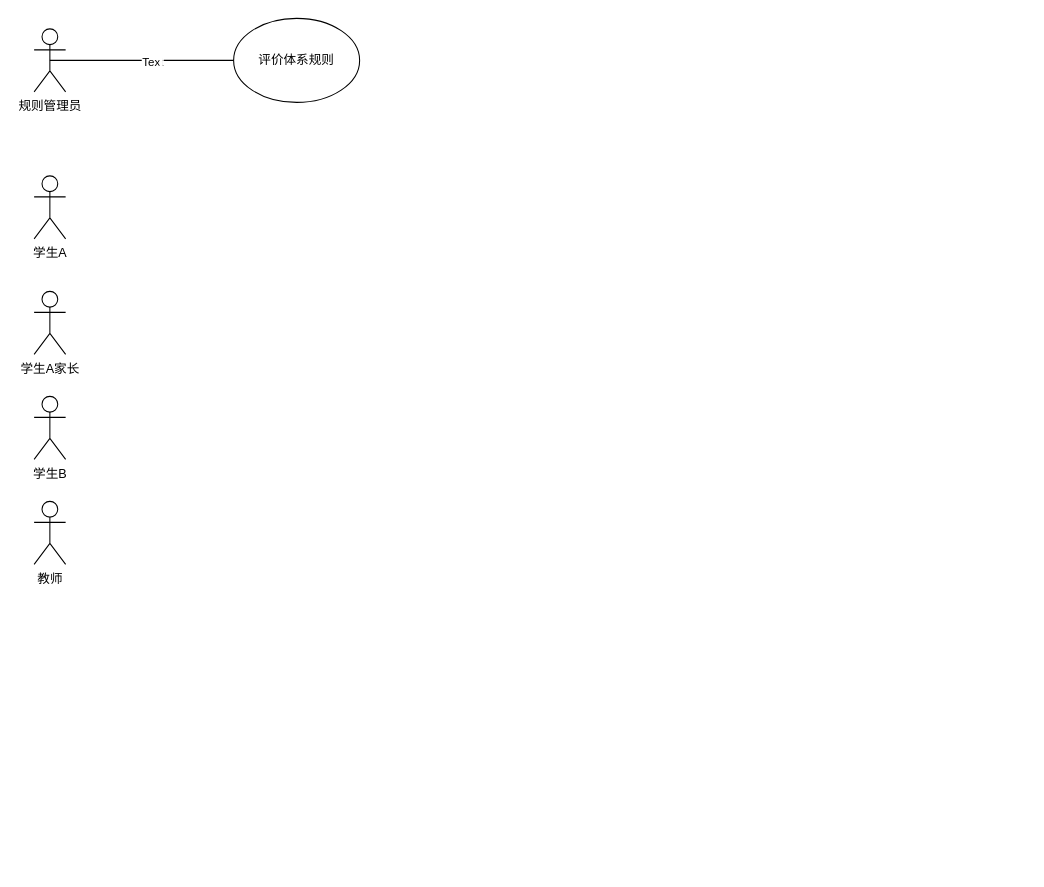
The draw.io diagram 森小成长档案.drawio in yvlo/drawio, before the edit. Source tidied: cells renumbered, new cells numbered last; positions are measured from the earlier drawing's top-left corner, leaving out a move shared by most shapes. Both pictures are drawn from the tidied source at 105%, with x=0, y=0 at pixel (34, 18).
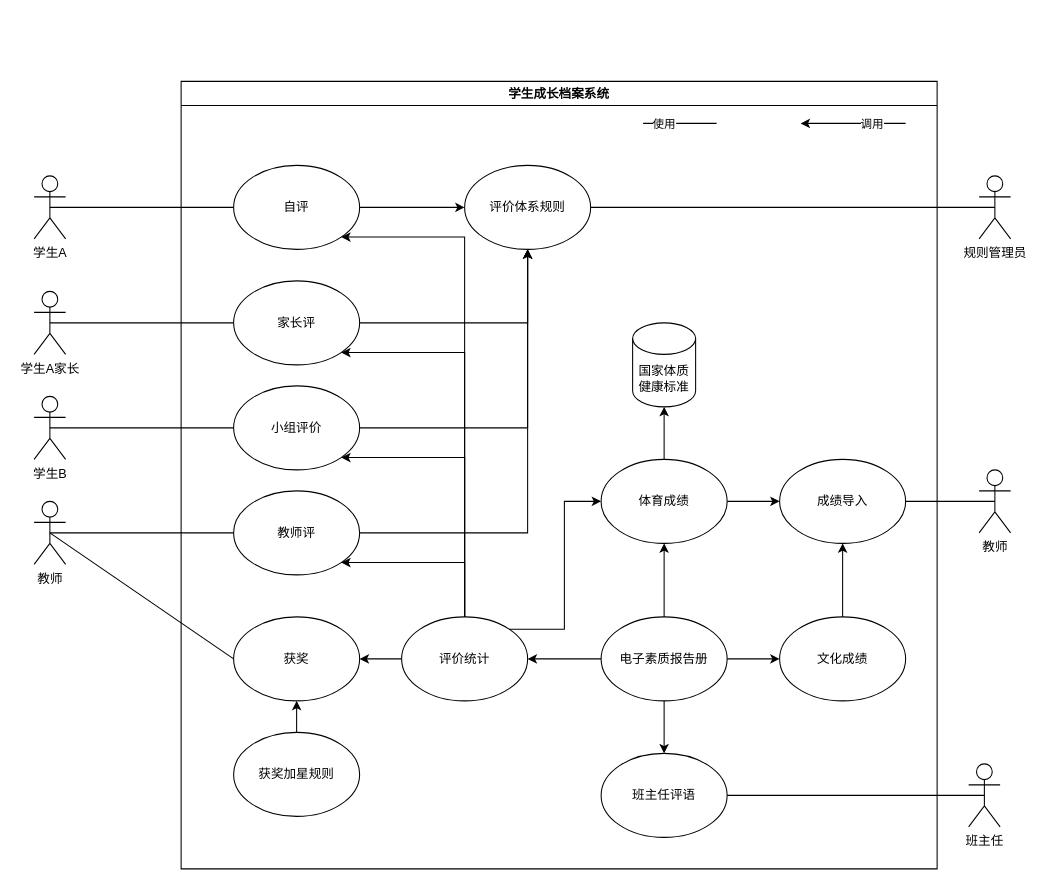
After the change.

Commit message (it also covers changes not shown here):
更新森小成长档案.drawio

Unchanged cells that the change refers to:
```xml
<mxCell id="3" value="学生A" style="shape=umlActor;verticalLabelPosition=bottom;verticalAlign=top;html=1;outlineConnect=0;" parent="1" vertex="1">
  <mxGeometry y="150" width="30" height="60" as="geometry" />
</mxCell>
<mxCell id="4" value="学生B" style="shape=umlActor;verticalLabelPosition=bottom;verticalAlign=top;html=1;outlineConnect=0;" parent="1" vertex="1">
  <mxGeometry y="360" width="30" height="60" as="geometry" />
</mxCell>
<mxCell id="5" value="学生A家长" style="shape=umlActor;verticalLabelPosition=bottom;verticalAlign=top;html=1;outlineConnect=0;" parent="1" vertex="1">
  <mxGeometry y="260" width="30" height="60" as="geometry" />
</mxCell>
<mxCell id="6" value="教师" style="shape=umlActor;verticalLabelPosition=bottom;verticalAlign=top;html=1;outlineConnect=0;" parent="1" vertex="1">
  <mxGeometry y="460" width="30" height="60" as="geometry" />
</mxCell>
```

Change to the diagram source:
```diff
@@
     <mxCell id="2" value="规则管理员" style="shape=umlActor;verticalLabelPosition=bottom;verticalAlign=top;html=1;outlineConnect=0;" parent="1" vertex="1">
-      <mxGeometry y="10" width="30" height="60" as="geometry" />
+      <mxGeometry x="900" y="150" width="30" height="60" as="geometry" />
     </mxCell>
@@
     <mxCell id="7" value="评价体系规则" style="ellipse;whiteSpace=wrap;html=1;" parent="1" vertex="1">
-      <mxGeometry x="190" width="120" height="80" as="geometry" />
+      <mxGeometry x="410" y="140" width="120" height="80" as="geometry" />
     </mxCell>
-    <mxCell id="8" style="endArrow=none;html=1;exitX=0.5;exitY=0.5;exitDx=0;exitDy=0;exitPerimeter=0;entryX=0;entryY=0.5;entryDx=0;entryDy=0;" parent="1" edge="1" source="2" target="7">
+    <mxCell id="8" style="endArrow=none;html=1;exitX=0.5;exitY=0.5;exitDx=0;exitDy=0;exitPerimeter=0;entryX=1;entryY=0.5;entryDx=0;entryDy=0;" parent="1" edge="1" source="2" target="7">
       <mxGeometry relative="1" as="geometry" />
     </mxCell>
-    <mxCell id="9" value="Text" style="edgeLabel;html=1;align=center;verticalAlign=middle;" parent="8" vertex="1">
-      <mxGeometry x="0.11" y="-1" relative="1" as="geometry" />
-    </mxCell>
-    <mxCell id="10" value="&amp;nbsp;" style="edgeLabel;html=1;align=center;verticalAlign=middle;" parent="8" vertex="1">
-      <mxGeometry x="0.2" y="-3" relative="1" as="geometry" />
-    </mxCell>
+    <mxCell id="11" style="edgeStyle=orthogonalEdgeStyle;rounded=0;jettySize=auto;html=1;" parent="1" edge="1" source="12" target="7">
+      <mxGeometry relative="1" as="geometry" />
+    </mxCell>
+    <mxCell id="12" value="自评" style="ellipse;whiteSpace=wrap;html=1;" parent="1" vertex="1">
+      <mxGeometry x="190" y="140" width="120" height="80" as="geometry" />
+    </mxCell>
+    <mxCell id="13" value="家长评" style="ellipse;whiteSpace=wrap;html=1;" parent="1" vertex="1">
+      <mxGeometry x="190" y="250" width="120" height="80" as="geometry" />
+    </mxCell>
+    <mxCell id="14" value="教师评" style="ellipse;whiteSpace=wrap;html=1;" parent="1" vertex="1">
+      <mxGeometry x="190" y="450" width="120" height="80" as="geometry" />
+    </mxCell>
+    <mxCell id="15" value="小组评价" style="ellipse;whiteSpace=wrap;html=1;" parent="1" vertex="1">
+      <mxGeometry x="190" y="350" width="120" height="80" as="geometry" />
+    </mxCell>
+    <mxCell id="16" style="endArrow=none;html=1;exitX=0.5;exitY=0.5;exitDx=0;exitDy=0;exitPerimeter=0;" parent="1" edge="1" source="3" target="12">
+      <mxGeometry relative="1" as="geometry" />
+    </mxCell>
+    <mxCell id="17" style="endArrow=none;html=1;exitX=0.5;exitY=0.5;exitDx=0;exitDy=0;exitPerimeter=0;entryX=0;entryY=0.5;entryDx=0;entryDy=0;" parent="1" edge="1" source="6" target="14">
+      <mxGeometry relative="1" as="geometry" />
+    </mxCell>
+    <mxCell id="18" style="endArrow=none;html=1;exitX=0.5;exitY=0.5;exitDx=0;exitDy=0;exitPerimeter=0;entryX=0;entryY=0.5;entryDx=0;entryDy=0;" parent="1" edge="1" source="4" target="15">
+      <mxGeometry relative="1" as="geometry" />
+    </mxCell>
+    <mxCell id="19" style="endArrow=none;html=1;exitX=0.5;exitY=0.5;exitDx=0;exitDy=0;exitPerimeter=0;entryX=0;entryY=0.5;entryDx=0;entryDy=0;" parent="1" edge="1" source="5" target="13">
+      <mxGeometry relative="1" as="geometry" />
+    </mxCell>
+    <mxCell id="20" style="edgeStyle=orthogonalEdgeStyle;rounded=0;jettySize=auto;html=1;exitX=1;exitY=0.5;exitDx=0;exitDy=0;entryX=0.5;entryY=1;entryDx=0;entryDy=0;" parent="1" edge="1" source="14" target="7">
+      <mxGeometry relative="1" as="geometry" />
+    </mxCell>
+    <mxCell id="21" style="edgeStyle=orthogonalEdgeStyle;rounded=0;jettySize=auto;html=1;exitX=1;exitY=0.5;exitDx=0;exitDy=0;entryX=0.5;entryY=1;entryDx=0;entryDy=0;" parent="1" edge="1" source="15" target="7">
+      <mxGeometry relative="1" as="geometry" />
+    </mxCell>
+    <mxCell id="22" style="edgeStyle=orthogonalEdgeStyle;rounded=0;jettySize=auto;html=1;exitX=1;exitY=0.5;exitDx=0;exitDy=0;entryX=0.5;entryY=1;entryDx=0;entryDy=0;" parent="1" edge="1" source="13" target="7">
+      <mxGeometry relative="1" as="geometry" />
+    </mxCell>
+    <mxCell id="23" style="edgeStyle=orthogonalEdgeStyle;rounded=0;jettySize=auto;html=1;exitX=0.5;exitY=0;exitDx=0;exitDy=0;entryX=1;entryY=1;entryDx=0;entryDy=0;" parent="1" edge="1" source="25" target="14">
+      <mxGeometry relative="1" as="geometry">
+        <Array as="points">
+          <mxPoint x="410" y="518" />
+        </Array>
+      </mxGeometry>
+    </mxCell>
+    <mxCell id="24" style="edgeStyle=orthogonalEdgeStyle;rounded=0;jettySize=auto;html=1;" parent="1" edge="1" source="25" target="29">
+      <mxGeometry relative="1" as="geometry" />
+    </mxCell>
+    <mxCell id="25" value="评价统计" style="ellipse;whiteSpace=wrap;html=1;" parent="1" vertex="1">
+      <mxGeometry x="350" y="570" width="120" height="80" as="geometry" />
+    </mxCell>
+    <mxCell id="26" style="edgeStyle=orthogonalEdgeStyle;rounded=0;jettySize=auto;html=1;entryX=1;entryY=1;entryDx=0;entryDy=0;exitX=0.5;exitY=0;exitDx=0;exitDy=0;" parent="1" edge="1" source="25" target="12">
+      <mxGeometry relative="1" as="geometry">
+        <Array as="points">
+          <mxPoint x="410" y="208" />
+        </Array>
+      </mxGeometry>
+    </mxCell>
+    <mxCell id="27" style="edgeStyle=orthogonalEdgeStyle;rounded=0;jettySize=auto;html=1;exitX=0.5;exitY=0;exitDx=0;exitDy=0;entryX=1;entryY=1;entryDx=0;entryDy=0;" parent="1" edge="1" source="25" target="13">
+      <mxGeometry relative="1" as="geometry">
+        <Array as="points">
+          <mxPoint x="410" y="318" />
+        </Array>
+      </mxGeometry>
+    </mxCell>
+    <mxCell id="28" style="edgeStyle=orthogonalEdgeStyle;rounded=0;jettySize=auto;html=1;exitX=0.5;exitY=0;exitDx=0;exitDy=0;entryX=1;entryY=1;entryDx=0;entryDy=0;" parent="1" edge="1" source="25" target="15">
+      <mxGeometry relative="1" as="geometry">
+        <Array as="points">
+          <mxPoint x="410" y="418" />
+        </Array>
+      </mxGeometry>
+    </mxCell>
+    <mxCell id="29" value="获奖" style="ellipse;whiteSpace=wrap;html=1;" parent="1" vertex="1">
+      <mxGeometry x="190" y="570" width="120" height="80" as="geometry" />
+    </mxCell>
+    <mxCell id="30" style="endArrow=none;html=1;exitX=0.5;exitY=0.5;exitDx=0;exitDy=0;exitPerimeter=0;entryX=0;entryY=0.5;entryDx=0;entryDy=0;" parent="1" edge="1" source="6" target="29">
+      <mxGeometry relative="1" as="geometry" />
+    </mxCell>
+    <mxCell id="31" style="edgeStyle=orthogonalEdgeStyle;rounded=0;jettySize=auto;html=1;" parent="1" edge="1" source="35" target="25">
+      <mxGeometry relative="1" as="geometry" />
+    </mxCell>
+    <mxCell id="32" style="edgeStyle=orthogonalEdgeStyle;rounded=0;jettySize=auto;html=1;" parent="1" edge="1" source="35" target="40">
+      <mxGeometry relative="1" as="geometry" />
+    </mxCell>
+    <mxCell id="33" style="edgeStyle=orthogonalEdgeStyle;rounded=0;jettySize=auto;html=1;" parent="1" edge="1" source="35" target="37">
+      <mxGeometry relative="1" as="geometry" />
+    </mxCell>
+    <mxCell id="34" style="edgeStyle=orthogonalEdgeStyle;rounded=0;jettySize=auto;html=1;" parent="1" edge="1" source="35" target="42">
+      <mxGeometry relative="1" as="geometry" />
+    </mxCell>
+    <mxCell id="35" value="电子素质报告册" style="ellipse;whiteSpace=wrap;html=1;" parent="1" vertex="1">
+      <mxGeometry x="540" y="570" width="120" height="80" as="geometry" />
+    </mxCell>
+    <mxCell id="36" style="edgeStyle=orthogonalEdgeStyle;rounded=0;jettySize=auto;html=1;" parent="1" edge="1" source="37" target="43">
+      <mxGeometry relative="1" as="geometry" />
+    </mxCell>
+    <mxCell id="37" value="文化成绩" style="ellipse;whiteSpace=wrap;html=1;" parent="1" vertex="1">
+      <mxGeometry x="710" y="570" width="120" height="80" as="geometry" />
+    </mxCell>
+    <mxCell id="38" style="edgeStyle=orthogonalEdgeStyle;rounded=0;jettySize=auto;html=1;" parent="1" edge="1" source="40" target="43">
+      <mxGeometry relative="1" as="geometry" />
+    </mxCell>
+    <mxCell id="39" style="edgeStyle=orthogonalEdgeStyle;rounded=0;jettySize=auto;html=1;" parent="1" edge="1" source="40" target="44">
+      <mxGeometry relative="1" as="geometry" />
+    </mxCell>
+    <mxCell id="40" value="体育成绩" style="ellipse;whiteSpace=wrap;html=1;" parent="1" vertex="1">
+      <mxGeometry x="540" y="420" width="120" height="80" as="geometry" />
+    </mxCell>
+    <mxCell id="41" style="edgeStyle=orthogonalEdgeStyle;rounded=0;jettySize=auto;html=1;entryX=0;entryY=0.5;entryDx=0;entryDy=0;exitX=1;exitY=0;exitDx=0;exitDy=0;" parent="1" edge="1" source="25" target="40">
+      <mxGeometry relative="1" as="geometry" />
+    </mxCell>
+    <mxCell id="42" value="班主任评语" style="ellipse;whiteSpace=wrap;html=1;" parent="1" vertex="1">
+      <mxGeometry x="540" y="700" width="120" height="80" as="geometry" />
+    </mxCell>
+    <mxCell id="43" value="成绩导入" style="ellipse;whiteSpace=wrap;html=1;" parent="1" vertex="1">
+      <mxGeometry x="710" y="420" width="120" height="80" as="geometry" />
+    </mxCell>
+    <mxCell id="44" value="国家体质健康标准" style="shape=cylinder3;whiteSpace=wrap;html=1;boundedLbl=1;backgroundOutline=1;size=15;" parent="1" vertex="1">
+      <mxGeometry x="570" y="290" width="60" height="80" as="geometry" />
+    </mxCell>
+    <mxCell id="45" value="教师" style="shape=umlActor;verticalLabelPosition=bottom;verticalAlign=top;html=1;outlineConnect=0;" parent="1" vertex="1">
+      <mxGeometry x="900" y="430" width="30" height="60" as="geometry" />
+    </mxCell>
+    <mxCell id="46" style="endArrow=none;html=1;exitX=1;exitY=0.5;exitDx=0;exitDy=0;entryX=0.5;entryY=0.5;entryDx=0;entryDy=0;entryPerimeter=0;" parent="1" edge="1" source="43" target="45">
+      <mxGeometry relative="1" as="geometry" />
+    </mxCell>
+    <mxCell id="47" value="班主任" style="shape=umlActor;verticalLabelPosition=bottom;verticalAlign=top;html=1;outlineConnect=0;" parent="1" vertex="1">
+      <mxGeometry x="890" y="710" width="30" height="60" as="geometry" />
+    </mxCell>
+    <mxCell id="48" style="endArrow=none;html=1;exitX=1;exitY=0.5;exitDx=0;exitDy=0;entryX=0.5;entryY=0.5;entryDx=0;entryDy=0;entryPerimeter=0;" parent="1" edge="1" source="42" target="47">
+      <mxGeometry relative="1" as="geometry" />
+    </mxCell>
+    <mxCell id="49" value="学生成长档案系统" style="swimlane;" parent="1" vertex="1">
+      <mxGeometry x="140" y="60" width="720" height="750" as="geometry" />
+    </mxCell>
+    <mxCell id="50" value="获奖加星规则" style="ellipse;whiteSpace=wrap;html=1;" parent="49" vertex="1">
+      <mxGeometry x="50" y="620" width="120" height="80" as="geometry" />
+    </mxCell>
+    <mxCell id="51" style="endArrow=classic;html=1;" parent="1" edge="1">
+      <mxGeometry relative="1" as="geometry">
+        <mxPoint x="830" y="100" as="sourcePoint" />
+        <mxPoint x="730" y="100" as="targetPoint" />
+      </mxGeometry>
+    </mxCell>
+    <mxCell id="52" value="调用" style="edgeLabel;html=1;align=center;verticalAlign=middle;" parent="51" vertex="1">
+      <mxGeometry x="-0.35" relative="1" as="geometry" />
+    </mxCell>
+    <mxCell id="53" style="endArrow=none;html=1;" parent="1" edge="1">
+      <mxGeometry relative="1" as="geometry">
+        <mxPoint x="580" y="100" as="sourcePoint" />
+        <mxPoint x="650" y="100" as="targetPoint" />
+      </mxGeometry>
+    </mxCell>
+    <mxCell id="54" value="使用" style="edgeLabel;html=1;align=center;verticalAlign=middle;" parent="53" vertex="1">
+      <mxGeometry x="-0.47" relative="1" as="geometry" />
+    </mxCell>
+    <mxCell id="55" style="edgeStyle=orthogonalEdgeStyle;rounded=0;jettySize=auto;html=1;" parent="1" edge="1" source="50" target="29">
+      <mxGeometry relative="1" as="geometry" />
+    </mxCell>
```
